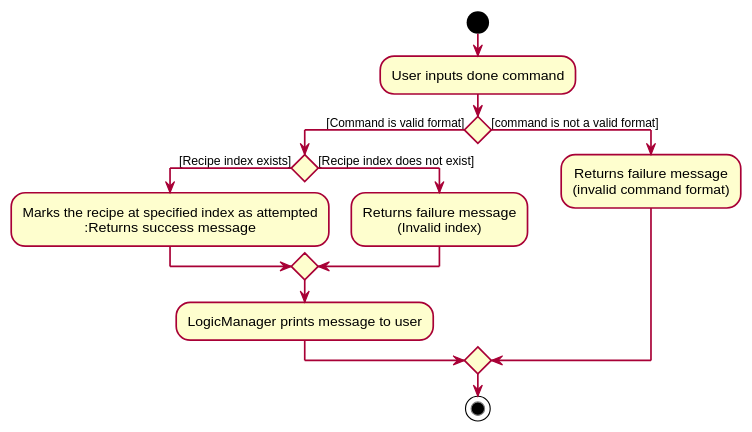
Above: docs/images/DoneActivityDiagram.svg in nus-cs2103-AY1920S2/addressbook-level3 (PlantUML), before the change.
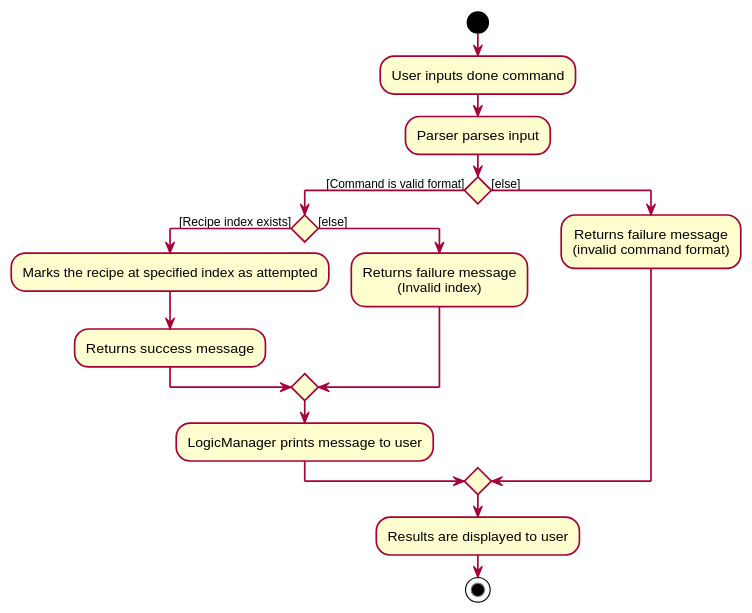
After the commit.

Diff of the diagram source:
```diff
@@ -52,23 +52,27 @@
 start
 :User inputs done command;
 
+:Parser parses input;
+
 If () then ([Command is valid format])
 
 If () then ([Recipe index exists])
-    :Marks the recipe at specified index as attempted
+    :Marks the recipe at specified index as attempted;
     :Returns success message;
-else ([Recipe index does not exist])
+else ([else])
     :Returns failure message
     (Invalid index);
 endif
 :LogicManager prints message to user;
 
-else ([command is not a valid format])
+else ([else])
     :Returns failure message
     (invalid command format);
 
 endif
 
+:Results are displayed to user;
+
 
 stop
 @enduml
```
